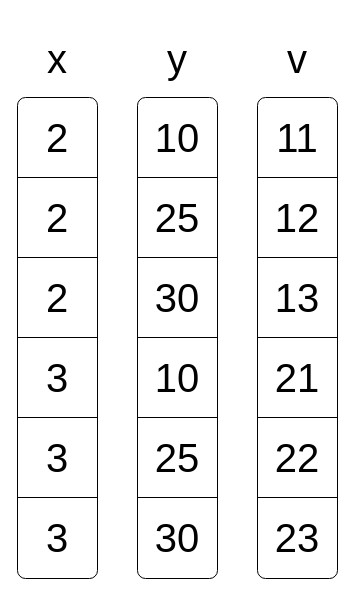
Before: main/images/irregular-2-d.drawio in modelica/fmi-ls-struct, a draw.io diagram. Source tidied: cells renumbered, new cells numbered last; positions are measured from the earlier drawing's top-left corner, leaving out a move shared by most shapes. Both pictures are drawn from the tidied source at 100%, with x=0, y=0 at pixel (17, 17).
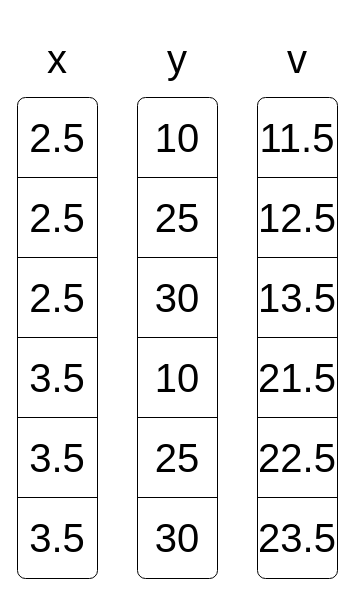
After the change.

What changed in the source:
```diff
@@
-    <mxCell id="5" value="2" style="text;html=1;whiteSpace=wrap;strokeColor=none;fillColor=none;align=center;verticalAlign=middle;rounded=0;fontSize=40;" parent="1" vertex="1">
+    <mxCell id="5" value="2.5" style="text;html=1;whiteSpace=wrap;strokeColor=none;fillColor=none;align=center;verticalAlign=middle;rounded=0;fontSize=40;" parent="1" vertex="1">
       <mxGeometry y="80" width="80" height="80" as="geometry" />
     </mxCell>
-    <mxCell id="6" value="2" style="text;html=1;whiteSpace=wrap;strokeColor=none;fillColor=none;align=center;verticalAlign=middle;rounded=0;fontSize=40;" parent="1" vertex="1">
+    <mxCell id="6" value="2.5" style="text;html=1;whiteSpace=wrap;strokeColor=none;fillColor=none;align=center;verticalAlign=middle;rounded=0;fontSize=40;" parent="1" vertex="1">
       <mxGeometry y="160" width="80" height="80" as="geometry" />
     </mxCell>
@@
-    <mxCell id="11" value="3" style="text;html=1;whiteSpace=wrap;strokeColor=none;fillColor=none;align=center;verticalAlign=middle;rounded=0;fontSize=40;" parent="1" vertex="1">
+    <mxCell id="11" value="3.5" style="text;html=1;whiteSpace=wrap;strokeColor=none;fillColor=none;align=center;verticalAlign=middle;rounded=0;fontSize=40;" parent="1" vertex="1">
       <mxGeometry y="320" width="80" height="80" as="geometry" />
     </mxCell>
-    <mxCell id="12" value="2" style="text;html=1;whiteSpace=wrap;strokeColor=none;fillColor=none;align=center;verticalAlign=middle;rounded=0;fontSize=40;" parent="1" vertex="1">
+    <mxCell id="12" value="2.5" style="text;html=1;whiteSpace=wrap;strokeColor=none;fillColor=none;align=center;verticalAlign=middle;rounded=0;fontSize=40;" parent="1" vertex="1">
       <mxGeometry y="240" width="80" height="80" as="geometry" />
     </mxCell>
-    <mxCell id="13" value="3" style="text;html=1;whiteSpace=wrap;strokeColor=none;fillColor=none;align=center;verticalAlign=middle;rounded=0;fontSize=40;" parent="1" vertex="1">
+    <mxCell id="13" value="3.5" style="text;html=1;whiteSpace=wrap;strokeColor=none;fillColor=none;align=center;verticalAlign=middle;rounded=0;fontSize=40;" parent="1" vertex="1">
       <mxGeometry y="480" width="80" height="80" as="geometry" />
     </mxCell>
-    <mxCell id="14" value="3" style="text;html=1;whiteSpace=wrap;strokeColor=none;fillColor=none;align=center;verticalAlign=middle;rounded=0;fontSize=40;" parent="1" vertex="1">
+    <mxCell id="14" value="3.5" style="text;html=1;whiteSpace=wrap;strokeColor=none;fillColor=none;align=center;verticalAlign=middle;rounded=0;fontSize=40;" parent="1" vertex="1">
       <mxGeometry y="400" width="80" height="80" as="geometry" />
     </mxCell>
@@
-    <mxCell id="31" value="11" style="text;html=1;whiteSpace=wrap;strokeColor=none;fillColor=none;align=center;verticalAlign=middle;rounded=0;fontSize=40;" parent="1" vertex="1">
+    <mxCell id="31" value="11.5" style="text;html=1;whiteSpace=wrap;strokeColor=none;fillColor=none;align=center;verticalAlign=middle;rounded=0;fontSize=40;" parent="1" vertex="1">
       <mxGeometry x="240" y="80" width="80" height="80" as="geometry" />
     </mxCell>
-    <mxCell id="32" value="12" style="text;html=1;whiteSpace=wrap;strokeColor=none;fillColor=none;align=center;verticalAlign=middle;rounded=0;fontSize=40;" parent="1" vertex="1">
+    <mxCell id="32" value="12.5" style="text;html=1;whiteSpace=wrap;strokeColor=none;fillColor=none;align=center;verticalAlign=middle;rounded=0;fontSize=40;" parent="1" vertex="1">
       <mxGeometry x="240" y="160" width="80" height="80" as="geometry" />
     </mxCell>
@@
-    <mxCell id="37" value="21" style="text;html=1;whiteSpace=wrap;strokeColor=none;fillColor=none;align=center;verticalAlign=middle;rounded=0;fontSize=40;" parent="1" vertex="1">
+    <mxCell id="37" value="21.5" style="text;html=1;whiteSpace=wrap;strokeColor=none;fillColor=none;align=center;verticalAlign=middle;rounded=0;fontSize=40;" parent="1" vertex="1">
       <mxGeometry x="240" y="320" width="80" height="80" as="geometry" />
     </mxCell>
-    <mxCell id="38" value="13" style="text;html=1;whiteSpace=wrap;strokeColor=none;fillColor=none;align=center;verticalAlign=middle;rounded=0;fontSize=40;" parent="1" vertex="1">
+    <mxCell id="38" value="13.5" style="text;html=1;whiteSpace=wrap;strokeColor=none;fillColor=none;align=center;verticalAlign=middle;rounded=0;fontSize=40;" parent="1" vertex="1">
       <mxGeometry x="240" y="240" width="80" height="80" as="geometry" />
     </mxCell>
-    <mxCell id="39" value="23" style="text;html=1;whiteSpace=wrap;strokeColor=none;fillColor=none;align=center;verticalAlign=middle;rounded=0;fontSize=40;" parent="1" vertex="1">
+    <mxCell id="39" value="23.5" style="text;html=1;whiteSpace=wrap;strokeColor=none;fillColor=none;align=center;verticalAlign=middle;rounded=0;fontSize=40;" parent="1" vertex="1">
       <mxGeometry x="240" y="480" width="80" height="80" as="geometry" />
     </mxCell>
-    <mxCell id="40" value="22" style="text;html=1;whiteSpace=wrap;strokeColor=none;fillColor=none;align=center;verticalAlign=middle;rounded=0;fontSize=40;" parent="1" vertex="1">
+    <mxCell id="40" value="22.5" style="text;html=1;whiteSpace=wrap;strokeColor=none;fillColor=none;align=center;verticalAlign=middle;rounded=0;fontSize=40;" parent="1" vertex="1">
       <mxGeometry x="240" y="400" width="80" height="80" as="geometry" />
     </mxCell>
```
